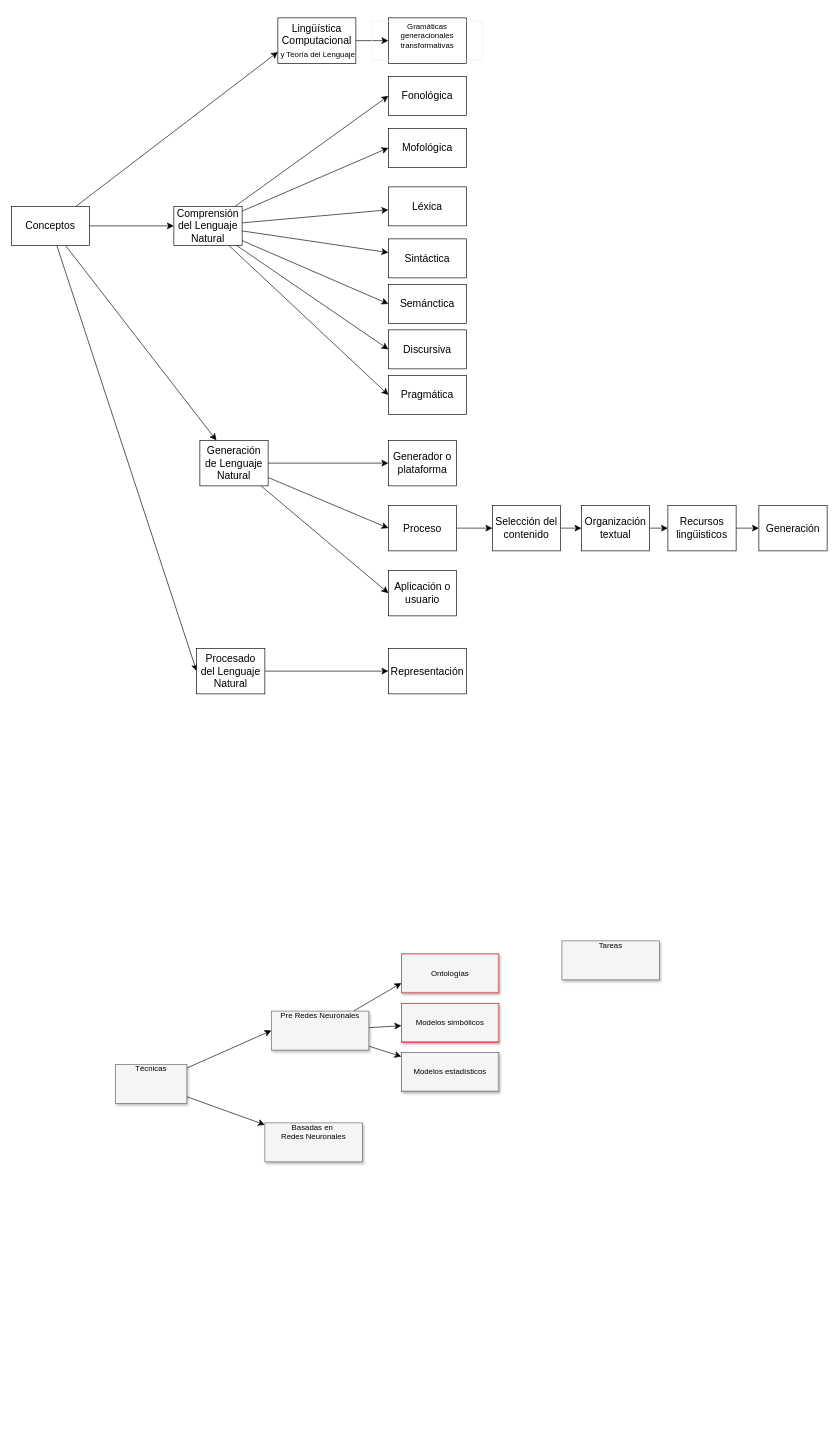
Above: Untitled Diagram.drawio in pablo-lujan/pablolujan (draw.io), before the change. Source tidied: cells renumbered, new cells numbered last; positions are measured from the earlier drawing's top-left corner, leaving out a move shared by most shapes. Both pictures are drawn from the tidied source at 65%, with x=0, y=0 at pixel (11, 18).
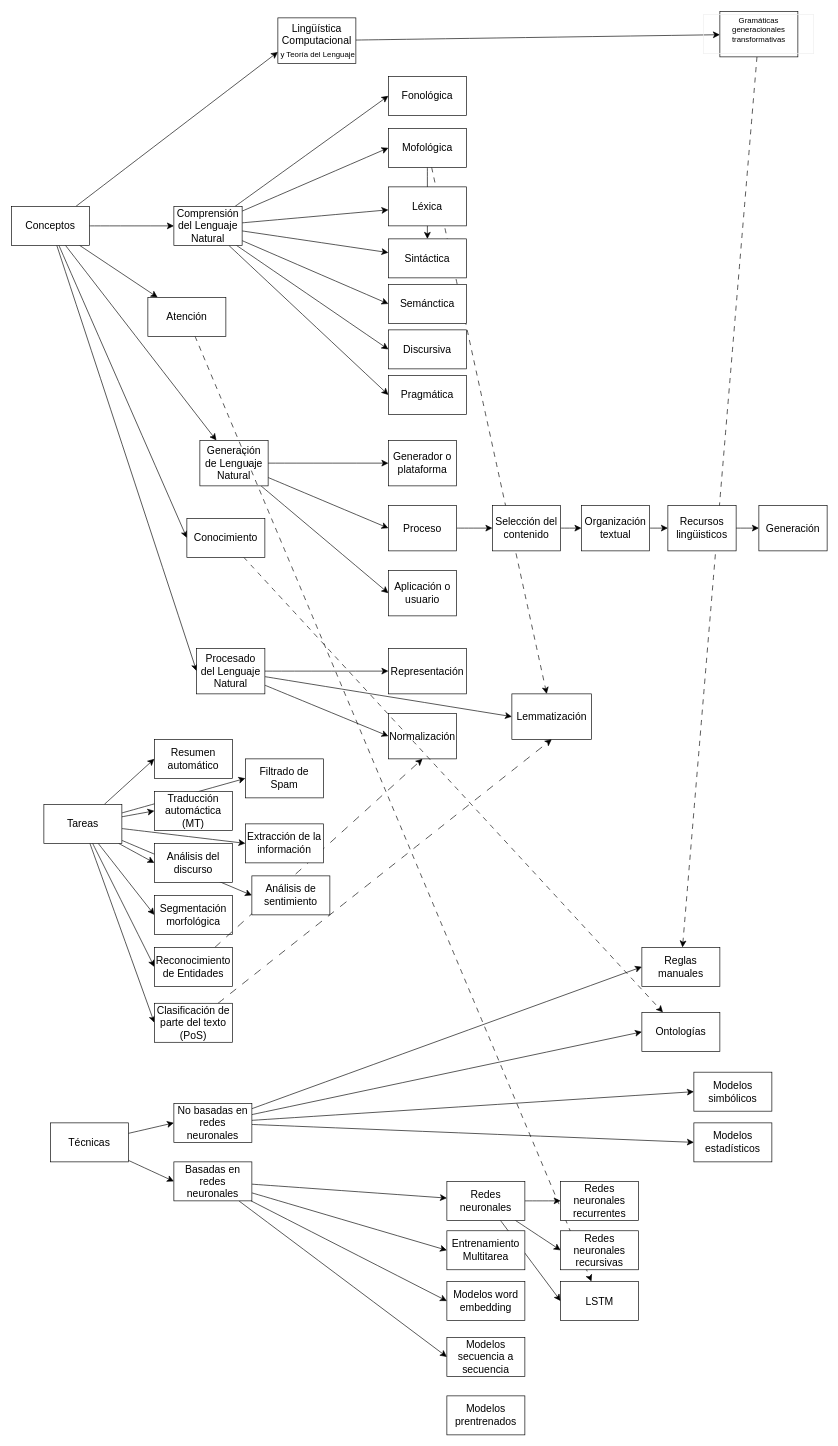
Above is the later version.

Unchanged cells that the change refers to:
```xml
<mxCell id="18" value="Conceptos" style="rounded=0;whiteSpace=wrap;html=1;fontSize=16;" parent="1" vertex="1">
  <mxGeometry y="290" width="120" height="60" as="geometry" />
</mxCell>
<mxCell id="23" value="Mofológica" style="rounded=0;whiteSpace=wrap;html=1;fontSize=16;" parent="1" vertex="1">
  <mxGeometry x="580" y="170" width="120" height="60" as="geometry" />
</mxCell>
<mxCell id="25" value="Sintáctica" style="rounded=0;whiteSpace=wrap;html=1;fontSize=16;" parent="1" vertex="1">
  <mxGeometry x="580" y="340" width="120" height="60" as="geometry" />
</mxCell>
<mxCell id="53" value="Procesado&lt;br&gt;del Lenguaje Natural" style="rounded=0;whiteSpace=wrap;html=1;fontSize=16;" parent="1" vertex="1">
  <mxGeometry x="285" y="970" width="105" height="70" as="geometry" />
</mxCell>
```

Change to the diagram source:
```diff
@@
-    <mxCell id="2" value="&lt;table border=&quot;1&quot; width=&quot;100%&quot; style=&quot;width: 100% ; height: 100% ; border-collapse: collapse&quot;&gt;&lt;tbody&gt;&lt;tr&gt;&lt;td colspan=&quot;2&quot; align=&quot;center&quot;&gt;Modelos estadísticos&lt;/td&gt;&lt;/tr&gt;&lt;/tbody&gt;&lt;/table&gt;" style="text;html=1;strokeColor=#666666;fillColor=#f5f5f5;overflow=fill;rounded=0;shadow=1;fontSize=12;align=center;" parent="1" vertex="1">
-      <mxGeometry x="600" y="1592" width="150" height="60" as="geometry" />
-    </mxCell>
-    <mxCell id="3" value="Tareas" style="text;html=1;strokeColor=#666666;fillColor=#f5f5f5;overflow=fill;rounded=0;shadow=1;fontSize=12;align=center;" parent="1" vertex="1">
-      <mxGeometry x="847" y="1420" width="150" height="60" as="geometry" />
-    </mxCell>
-    <mxCell id="4" style="edgeStyle=none;curved=1;rounded=0;jettySize=auto;html=1;entryX=0;entryY=0.5;entryDx=0;entryDy=0;fontSize=12;startSize=8;endSize=8;" parent="1" edge="1" source="6" target="12">
-      <mxGeometry relative="1" as="geometry" />
-    </mxCell>
-    <mxCell id="5" style="edgeStyle=none;curved=1;rounded=0;jettySize=auto;html=1;fontSize=12;startSize=8;endSize=8;" parent="1" edge="1" source="6" target="13">
-      <mxGeometry relative="1" as="geometry" />
-    </mxCell>
-    <mxCell id="6" value="Técnicas" style="text;html=1;strokeColor=#666666;fillColor=#f5f5f5;overflow=fill;rounded=0;shadow=1;fontSize=12;align=center;" parent="1" vertex="1">
-      <mxGeometry x="160" y="1610" width="110" height="60" as="geometry" />
-    </mxCell>
-    <mxCell id="7" value="&lt;table border=&quot;1&quot; width=&quot;100%&quot; style=&quot;width: 100% ; height: 100% ; border-collapse: collapse&quot;&gt;&lt;tbody&gt;&lt;tr&gt;&lt;td colspan=&quot;2&quot; align=&quot;center&quot;&gt;Modelos simbólicos&lt;br&gt;&lt;/td&gt;&lt;/tr&gt;&lt;/tbody&gt;&lt;/table&gt;" style="text;html=1;strokeColor=#FF0000;fillColor=#f5f5f5;overflow=fill;rounded=0;shadow=1;fontSize=12;align=center;" parent="1" vertex="1">
-      <mxGeometry x="600" y="1516" width="150" height="60" as="geometry" />
-    </mxCell>
-    <mxCell id="8" value="&lt;table border=&quot;1&quot; width=&quot;100%&quot; style=&quot;width: 100% ; height: 100% ; border-collapse: collapse&quot;&gt;&lt;tbody&gt;&lt;tr&gt;&lt;td colspan=&quot;2&quot; align=&quot;center&quot;&gt;Ontologías&lt;br&gt;&lt;/td&gt;&lt;/tr&gt;&lt;/tbody&gt;&lt;/table&gt;" style="text;html=1;strokeColor=#FF0000;fillColor=#f5f5f5;overflow=fill;rounded=0;shadow=1;fontSize=12;align=center;" parent="1" vertex="1">
-      <mxGeometry x="600" y="1440" width="150" height="60" as="geometry" />
-    </mxCell>
-    <mxCell id="9" style="edgeStyle=none;curved=1;rounded=0;jettySize=auto;html=1;entryX=0;entryY=0.75;entryDx=0;entryDy=0;fontSize=12;startSize=8;endSize=8;" parent="1" edge="1" source="12" target="8">
-      <mxGeometry relative="1" as="geometry" />
-    </mxCell>
-    <mxCell id="10" style="edgeStyle=none;curved=1;rounded=0;jettySize=auto;html=1;fontSize=12;startSize=8;endSize=8;" parent="1" edge="1" source="12" target="7">
-      <mxGeometry relative="1" as="geometry" />
-    </mxCell>
-    <mxCell id="11" style="edgeStyle=none;curved=1;rounded=0;jettySize=auto;html=1;fontSize=12;startSize=8;endSize=8;" parent="1" edge="1" source="12" target="2">
-      <mxGeometry relative="1" as="geometry" />
-    </mxCell>
-    <mxCell id="12" value="Pre Redes Neuronales" style="text;html=1;strokeColor=#666666;fillColor=#f5f5f5;overflow=fill;rounded=0;shadow=1;fontSize=12;align=center;" parent="1" vertex="1">
-      <mxGeometry x="400" y="1528" width="150" height="60" as="geometry" />
-    </mxCell>
-    <mxCell id="13" value="Basadas en&amp;nbsp;&lt;br&gt;Redes Neuronales" style="text;html=1;strokeColor=#666666;fillColor=#f5f5f5;overflow=fill;rounded=0;shadow=1;fontSize=12;align=center;" parent="1" vertex="1">
-      <mxGeometry x="390" y="1700" width="150" height="60" as="geometry" />
-    </mxCell>
@@
+    <mxCell id="55" style="edgeStyle=none;curved=1;rounded=0;jettySize=auto;html=1;fontSize=12;startSize=8;endSize=8;" parent="1" edge="1" source="18" target="100">
+      <mxGeometry relative="1" as="geometry" />
+    </mxCell>
+    <mxCell id="56" style="edgeStyle=none;curved=1;rounded=0;jettySize=auto;html=1;entryX=0;entryY=0.5;entryDx=0;entryDy=0;fontSize=12;startSize=8;endSize=8;" parent="1" edge="1" source="18" target="102">
+      <mxGeometry relative="1" as="geometry" />
+    </mxCell>
@@
+    <mxCell id="57" style="edgeStyle=none;curved=1;rounded=0;jettySize=auto;html=1;fontSize=12;startSize=8;endSize=8;dashed=1;dashPattern=8 8;" parent="1" edge="1" source="21" target="105">
+      <mxGeometry relative="1" as="geometry" />
+    </mxCell>
     <mxCell id="21" value="&lt;table style=&quot;border-color: var(--border-color); font-size: 12px; width: 170.363px; height: 60px; border-collapse: collapse;&quot; border=&quot;1&quot; width=&quot;100%&quot;&gt;&lt;tbody style=&quot;border-color: var(--border-color);&quot;&gt;&lt;tr style=&quot;border-color: var(--border-color);&quot;&gt;&lt;td style=&quot;border-color: var(--border-color);&quot; colspan=&quot;2&quot; align=&quot;center&quot;&gt;Gramáticas&lt;br style=&quot;border-color: var(--border-color);&quot;&gt;generacionales &lt;br&gt;transformativas&lt;br style=&quot;border-color: var(--border-color);&quot;&gt;&lt;br style=&quot;border-color: var(--border-color);&quot;&gt;&lt;/td&gt;&lt;/tr&gt;&lt;/tbody&gt;&lt;/table&gt;" style="rounded=0;html=1;fontSize=16;whiteSpace=wrap;" parent="1" vertex="1">
-      <mxGeometry x="580" width="120" height="70" as="geometry" />
+      <mxGeometry x="1090" y="-10" width="120" height="70" as="geometry" />
     </mxCell>
@@
+    <mxCell id="58" style="edgeStyle=none;curved=1;rounded=0;jettySize=auto;html=1;fontSize=12;startSize=8;endSize=8;" parent="1" edge="1" source="23" target="25">
+      <mxGeometry relative="1" as="geometry" />
+    </mxCell>
+    <mxCell id="59" style="edgeStyle=none;curved=1;rounded=0;jettySize=auto;html=1;fontSize=12;startSize=8;endSize=8;dashed=1;dashPattern=8 8;" parent="1" edge="1" source="23" target="78">
+      <mxGeometry relative="1" as="geometry" />
+    </mxCell>
@@
+    <mxCell id="60" style="edgeStyle=none;curved=1;rounded=0;jettySize=auto;html=1;entryX=0;entryY=0.5;entryDx=0;entryDy=0;fontSize=12;startSize=8;endSize=8;" parent="1" edge="1" source="53" target="77">
+      <mxGeometry relative="1" as="geometry" />
+    </mxCell>
+    <mxCell id="61" style="edgeStyle=none;curved=1;rounded=0;jettySize=auto;html=1;entryX=0;entryY=0.5;entryDx=0;entryDy=0;fontSize=12;startSize=8;endSize=8;" parent="1" edge="1" source="53" target="78">
+      <mxGeometry relative="1" as="geometry" />
+    </mxCell>
@@
+    <mxCell id="62" style="edgeStyle=none;curved=1;rounded=0;jettySize=auto;html=1;entryX=0;entryY=0.5;entryDx=0;entryDy=0;fontSize=12;startSize=8;endSize=8;" parent="1" edge="1" source="3" target="71">
+      <mxGeometry relative="1" as="geometry" />
+    </mxCell>
+    <mxCell id="63" style="edgeStyle=none;curved=1;rounded=0;jettySize=auto;html=1;entryX=0;entryY=0.5;entryDx=0;entryDy=0;fontSize=12;startSize=8;endSize=8;" parent="1" edge="1" source="3" target="73">
+      <mxGeometry relative="1" as="geometry" />
+    </mxCell>
+    <mxCell id="64" style="edgeStyle=none;curved=1;rounded=0;jettySize=auto;html=1;entryX=0;entryY=0.5;entryDx=0;entryDy=0;fontSize=12;startSize=8;endSize=8;" parent="1" edge="1" source="3" target="74">
+      <mxGeometry relative="1" as="geometry" />
+    </mxCell>
+    <mxCell id="65" style="edgeStyle=none;curved=1;rounded=0;jettySize=auto;html=1;entryX=0;entryY=0.5;entryDx=0;entryDy=0;fontSize=12;startSize=8;endSize=8;" parent="1" edge="1" source="3" target="72">
+      <mxGeometry relative="1" as="geometry" />
+    </mxCell>
+    <mxCell id="66" style="edgeStyle=none;curved=1;rounded=0;jettySize=auto;html=1;entryX=0;entryY=0.5;entryDx=0;entryDy=0;fontSize=12;startSize=8;endSize=8;" parent="1" edge="1" source="3" target="76">
+      <mxGeometry relative="1" as="geometry" />
+    </mxCell>
+    <mxCell id="67" style="edgeStyle=none;curved=1;rounded=0;jettySize=auto;html=1;entryX=0;entryY=0.5;entryDx=0;entryDy=0;fontSize=12;startSize=8;endSize=8;" parent="1" edge="1" source="3" target="80">
+      <mxGeometry relative="1" as="geometry" />
+    </mxCell>
+    <mxCell id="68" style="edgeStyle=none;curved=1;rounded=0;jettySize=auto;html=1;entryX=0;entryY=0.5;entryDx=0;entryDy=0;fontSize=12;startSize=8;endSize=8;" parent="1" edge="1" source="3" target="103">
+      <mxGeometry relative="1" as="geometry" />
+    </mxCell>
+    <mxCell id="69" style="edgeStyle=none;curved=1;rounded=0;jettySize=auto;html=1;entryX=0;entryY=0.5;entryDx=0;entryDy=0;fontSize=12;startSize=8;endSize=8;" parent="1" edge="1" source="3" target="104">
+      <mxGeometry relative="1" as="geometry" />
+    </mxCell>
+    <mxCell id="70" style="edgeStyle=none;curved=1;rounded=0;jettySize=auto;html=1;entryX=0;entryY=0.5;entryDx=0;entryDy=0;fontSize=12;startSize=8;endSize=8;" parent="1" edge="1" source="3" target="106">
+      <mxGeometry relative="1" as="geometry" />
+    </mxCell>
+    <mxCell id="3" value="Tareas&lt;br&gt;" style="rounded=0;whiteSpace=wrap;html=1;fontSize=16;" parent="1" vertex="1">
+      <mxGeometry x="50" y="1210" width="120" height="60" as="geometry" />
+    </mxCell>
+    <mxCell id="71" value="Resumen automático" style="rounded=0;whiteSpace=wrap;html=1;fontSize=16;" parent="1" vertex="1">
+      <mxGeometry x="220" y="1110" width="120" height="60" as="geometry" />
+    </mxCell>
+    <mxCell id="72" value="Segmentación morfológica" style="rounded=0;whiteSpace=wrap;html=1;fontSize=16;" parent="1" vertex="1">
+      <mxGeometry x="220" y="1350" width="120" height="60" as="geometry" />
+    </mxCell>
+    <mxCell id="73" value="Traducción automáctica (MT)" style="rounded=0;whiteSpace=wrap;html=1;fontSize=16;" parent="1" vertex="1">
+      <mxGeometry x="220" y="1190" width="120" height="60" as="geometry" />
+    </mxCell>
+    <mxCell id="74" value="Análisis del discurso" style="rounded=0;whiteSpace=wrap;html=1;fontSize=16;" parent="1" vertex="1">
+      <mxGeometry x="220" y="1270" width="120" height="60" as="geometry" />
+    </mxCell>
+    <mxCell id="75" style="edgeStyle=none;curved=1;rounded=0;jettySize=auto;html=1;entryX=0.5;entryY=1;entryDx=0;entryDy=0;fontSize=12;startSize=8;endSize=8;dashed=1;dashPattern=12 12;" parent="1" edge="1" source="76" target="77">
+      <mxGeometry relative="1" as="geometry" />
+    </mxCell>
+    <mxCell id="76" value="Reconocimiento de Entidades" style="rounded=0;whiteSpace=wrap;html=1;fontSize=16;" parent="1" vertex="1">
+      <mxGeometry x="220" y="1430" width="120" height="60" as="geometry" />
+    </mxCell>
+    <mxCell id="77" value="Normalización " style="rounded=0;whiteSpace=wrap;html=1;fontSize=16;" parent="1" vertex="1">
+      <mxGeometry x="580" y="1070" width="105" height="70" as="geometry" />
+    </mxCell>
+    <mxCell id="78" value="Lemmatización" style="rounded=0;whiteSpace=wrap;html=1;fontSize=16;" parent="1" vertex="1">
+      <mxGeometry x="770" y="1040" width="122.5" height="70" as="geometry" />
+    </mxCell>
+    <mxCell id="79" style="edgeStyle=none;curved=1;rounded=0;jettySize=auto;html=1;entryX=0.5;entryY=1;entryDx=0;entryDy=0;fontSize=12;startSize=8;endSize=8;dashed=1;dashPattern=12 12;" parent="1" edge="1" source="80" target="78">
+      <mxGeometry relative="1" as="geometry" />
+    </mxCell>
+    <mxCell id="80" value="Clasificación de parte del texto (PoS)" style="rounded=0;whiteSpace=wrap;html=1;fontSize=16;" parent="1" vertex="1">
+      <mxGeometry x="220" y="1516" width="120" height="60" as="geometry" />
+    </mxCell>
+    <mxCell id="81" style="edgeStyle=none;curved=1;rounded=0;jettySize=auto;html=1;fontSize=12;startSize=8;endSize=8;entryX=0;entryY=0.5;entryDx=0;entryDy=0;" parent="1" edge="1" source="6" target="87">
+      <mxGeometry relative="1" as="geometry" />
+    </mxCell>
+    <mxCell id="82" style="edgeStyle=none;curved=1;rounded=0;jettySize=auto;html=1;entryX=0;entryY=0.5;entryDx=0;entryDy=0;fontSize=12;startSize=8;endSize=8;" parent="1" edge="1" source="6" target="92">
+      <mxGeometry relative="1" as="geometry" />
+    </mxCell>
+    <mxCell id="6" value="Técnicas&lt;br&gt;" style="rounded=0;whiteSpace=wrap;html=1;fontSize=16;" parent="1" vertex="1">
+      <mxGeometry x="60" y="1700" width="120" height="60" as="geometry" />
+    </mxCell>
+    <mxCell id="83" style="edgeStyle=none;curved=1;rounded=0;jettySize=auto;html=1;entryX=0;entryY=0.5;entryDx=0;entryDy=0;fontSize=12;startSize=8;endSize=8;" parent="1" edge="1" source="87" target="8">
+      <mxGeometry relative="1" as="geometry" />
+    </mxCell>
+    <mxCell id="84" style="edgeStyle=none;curved=1;rounded=0;jettySize=auto;html=1;entryX=0;entryY=0.5;entryDx=0;entryDy=0;fontSize=12;startSize=8;endSize=8;" parent="1" edge="1" source="87" target="7">
+      <mxGeometry relative="1" as="geometry" />
+    </mxCell>
+    <mxCell id="85" style="edgeStyle=none;curved=1;rounded=0;jettySize=auto;html=1;entryX=0;entryY=0.5;entryDx=0;entryDy=0;fontSize=12;startSize=8;endSize=8;" parent="1" edge="1" source="87" target="2">
+      <mxGeometry relative="1" as="geometry" />
+    </mxCell>
+    <mxCell id="86" style="edgeStyle=none;curved=1;rounded=0;jettySize=auto;html=1;entryX=0;entryY=0.5;entryDx=0;entryDy=0;fontSize=12;startSize=8;endSize=8;" parent="1" edge="1" source="87" target="105">
+      <mxGeometry relative="1" as="geometry" />
+    </mxCell>
+    <mxCell id="87" value="No basadas en redes neuronales" style="rounded=0;whiteSpace=wrap;html=1;fontSize=16;" parent="1" vertex="1">
+      <mxGeometry x="250" y="1670" width="120" height="60" as="geometry" />
+    </mxCell>
+    <mxCell id="88" style="edgeStyle=none;curved=1;rounded=0;jettySize=auto;html=1;fontSize=12;startSize=8;endSize=8;" parent="1" edge="1" source="92" target="96">
+      <mxGeometry relative="1" as="geometry" />
+    </mxCell>
+    <mxCell id="89" style="edgeStyle=none;curved=1;rounded=0;jettySize=auto;html=1;entryX=0;entryY=0.5;entryDx=0;entryDy=0;fontSize=12;startSize=8;endSize=8;" parent="1" edge="1" source="92" target="97">
+      <mxGeometry relative="1" as="geometry" />
+    </mxCell>
+    <mxCell id="90" style="edgeStyle=none;curved=1;rounded=0;jettySize=auto;html=1;entryX=0;entryY=0.5;entryDx=0;entryDy=0;fontSize=12;startSize=8;endSize=8;" parent="1" edge="1" source="92" target="98">
+      <mxGeometry relative="1" as="geometry" />
+    </mxCell>
+    <mxCell id="91" style="edgeStyle=none;curved=1;rounded=0;jettySize=auto;html=1;entryX=0;entryY=0.5;entryDx=0;entryDy=0;fontSize=12;startSize=8;endSize=8;" parent="1" edge="1" source="92" target="110">
+      <mxGeometry relative="1" as="geometry" />
+    </mxCell>
+    <mxCell id="92" value="Basadas en redes neuronales" style="rounded=0;whiteSpace=wrap;html=1;fontSize=16;" parent="1" vertex="1">
+      <mxGeometry x="250" y="1760" width="120" height="60" as="geometry" />
+    </mxCell>
+    <mxCell id="8" value="Ontologías" style="rounded=0;whiteSpace=wrap;html=1;fontSize=16;" parent="1" vertex="1">
+      <mxGeometry x="970" y="1530" width="120" height="60" as="geometry" />
+    </mxCell>
+    <mxCell id="7" value="Modelos simbólicos" style="rounded=0;whiteSpace=wrap;html=1;fontSize=16;" parent="1" vertex="1">
+      <mxGeometry x="1050" y="1622" width="120" height="60" as="geometry" />
+    </mxCell>
+    <mxCell id="2" value="Modelos estadísticos" style="rounded=0;whiteSpace=wrap;html=1;fontSize=16;" parent="1" vertex="1">
+      <mxGeometry x="1050" y="1700" width="120" height="60" as="geometry" />
+    </mxCell>
+    <mxCell id="93" style="edgeStyle=none;curved=1;rounded=0;jettySize=auto;html=1;entryX=0;entryY=0.5;entryDx=0;entryDy=0;fontSize=12;startSize=8;endSize=8;" parent="1" edge="1" source="96" target="107">
+      <mxGeometry relative="1" as="geometry" />
+    </mxCell>
+    <mxCell id="94" style="edgeStyle=none;curved=1;rounded=0;jettySize=auto;html=1;entryX=0;entryY=0.5;entryDx=0;entryDy=0;fontSize=12;startSize=8;endSize=8;" parent="1" edge="1" source="96" target="108">
+      <mxGeometry relative="1" as="geometry" />
+    </mxCell>
+    <mxCell id="95" style="edgeStyle=none;curved=1;rounded=0;jettySize=auto;html=1;entryX=0;entryY=0.5;entryDx=0;entryDy=0;fontSize=12;startSize=8;endSize=8;" parent="1" edge="1" source="96" target="109">
+      <mxGeometry relative="1" as="geometry" />
+    </mxCell>
+    <mxCell id="96" value="Redes neuronales" style="rounded=0;whiteSpace=wrap;html=1;fontSize=16;" parent="1" vertex="1">
+      <mxGeometry x="670" y="1790" width="120" height="60" as="geometry" />
+    </mxCell>
+    <mxCell id="97" value="Entrenamiento Multitarea" style="rounded=0;whiteSpace=wrap;html=1;fontSize=16;" parent="1" vertex="1">
+      <mxGeometry x="670" y="1866" width="120" height="60" as="geometry" />
+    </mxCell>
+    <mxCell id="98" value="Modelos word embedding" style="rounded=0;whiteSpace=wrap;html=1;fontSize=16;" parent="1" vertex="1">
+      <mxGeometry x="670" y="1944" width="120" height="60" as="geometry" />
+    </mxCell>
+    <mxCell id="99" style="edgeStyle=none;curved=1;rounded=0;jettySize=auto;html=1;fontSize=12;startSize=8;endSize=8;dashed=1;dashPattern=8 8;" parent="1" edge="1" source="100" target="109">
+      <mxGeometry relative="1" as="geometry" />
+    </mxCell>
+    <mxCell id="100" value="Atención" style="rounded=0;whiteSpace=wrap;html=1;fontSize=16;" parent="1" vertex="1">
+      <mxGeometry x="210" y="430" width="120" height="60" as="geometry" />
+    </mxCell>
+    <mxCell id="101" style="edgeStyle=none;curved=1;rounded=0;jettySize=auto;html=1;fontSize=12;startSize=8;endSize=8;dashed=1;dashPattern=8 8;" parent="1" edge="1" source="102" target="8">
+      <mxGeometry relative="1" as="geometry" />
+    </mxCell>
+    <mxCell id="102" value="Conocimiento" style="rounded=0;whiteSpace=wrap;html=1;fontSize=16;" parent="1" vertex="1">
+      <mxGeometry x="270" y="770" width="120" height="60" as="geometry" />
+    </mxCell>
+    <mxCell id="103" value="Filtrado de Spam&lt;br&gt;" style="rounded=0;whiteSpace=wrap;html=1;fontSize=16;" parent="1" vertex="1">
+      <mxGeometry x="360" y="1140" width="120" height="60" as="geometry" />
+    </mxCell>
+    <mxCell id="104" value="Extracción de la información" style="rounded=0;whiteSpace=wrap;html=1;fontSize=16;" parent="1" vertex="1">
+      <mxGeometry x="360" y="1240" width="120" height="60" as="geometry" />
+    </mxCell>
+    <mxCell id="105" value="Reglas manuales" style="rounded=0;whiteSpace=wrap;html=1;fontSize=16;" parent="1" vertex="1">
+      <mxGeometry x="970" y="1430" width="120" height="60" as="geometry" />
+    </mxCell>
+    <mxCell id="106" value="Análisis de sentimiento" style="rounded=0;whiteSpace=wrap;html=1;fontSize=16;" parent="1" vertex="1">
+      <mxGeometry x="370" y="1320" width="120" height="60" as="geometry" />
+    </mxCell>
+    <mxCell id="107" value="Redes neuronales recurrentes&lt;br&gt;" style="rounded=0;whiteSpace=wrap;html=1;fontSize=16;" parent="1" vertex="1">
+      <mxGeometry x="845" y="1790" width="120" height="60" as="geometry" />
+    </mxCell>
+    <mxCell id="108" value="Redes neuronales recursivas" style="rounded=0;whiteSpace=wrap;html=1;fontSize=16;" parent="1" vertex="1">
+      <mxGeometry x="845" y="1866" width="120" height="60" as="geometry" />
+    </mxCell>
+    <mxCell id="109" value="LSTM" style="rounded=0;whiteSpace=wrap;html=1;fontSize=16;" parent="1" vertex="1">
+      <mxGeometry x="845" y="1944" width="120" height="60" as="geometry" />
+    </mxCell>
+    <mxCell id="110" value="Modelos secuencia a secuencia&lt;br&gt;" style="rounded=0;whiteSpace=wrap;html=1;fontSize=16;" parent="1" vertex="1">
+      <mxGeometry x="670" y="2030" width="120" height="60" as="geometry" />
+    </mxCell>
+    <mxCell id="111" value="Modelos prentrenados" style="rounded=0;whiteSpace=wrap;html=1;fontSize=16;" parent="1" vertex="1">
+      <mxGeometry x="670" y="2120" width="120" height="60" as="geometry" />
+    </mxCell>
```
